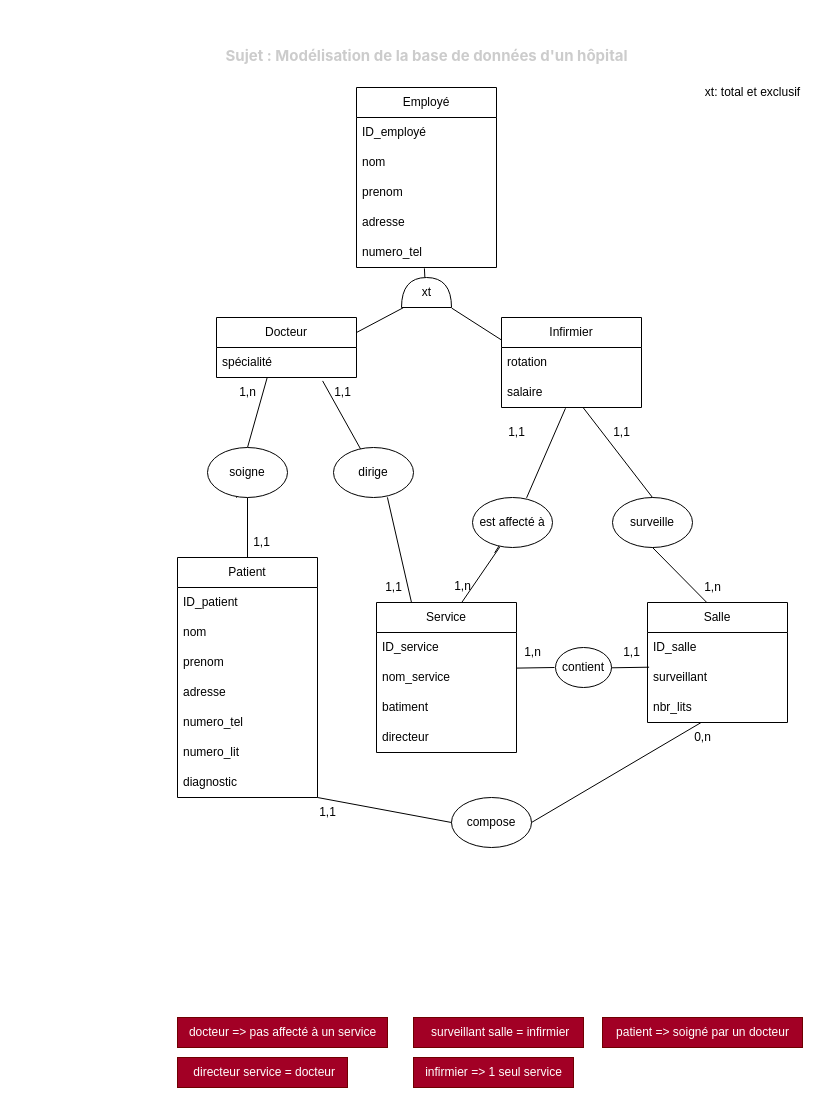
Earlier version of the draw.io diagram Formation_CDA/10_Modélisation_base_de_données/Exercices/TP02/tp2-mcd.drawio (JaceyStew6/CDA_M2i). Source tidied: cells renumbered, new cells numbered last; positions are measured from the earlier drawing's top-left corner, leaving out a move shared by most shapes. Both pictures are drawn from the tidied source at 100%, with x=0, y=0 at pixel (177, 17).
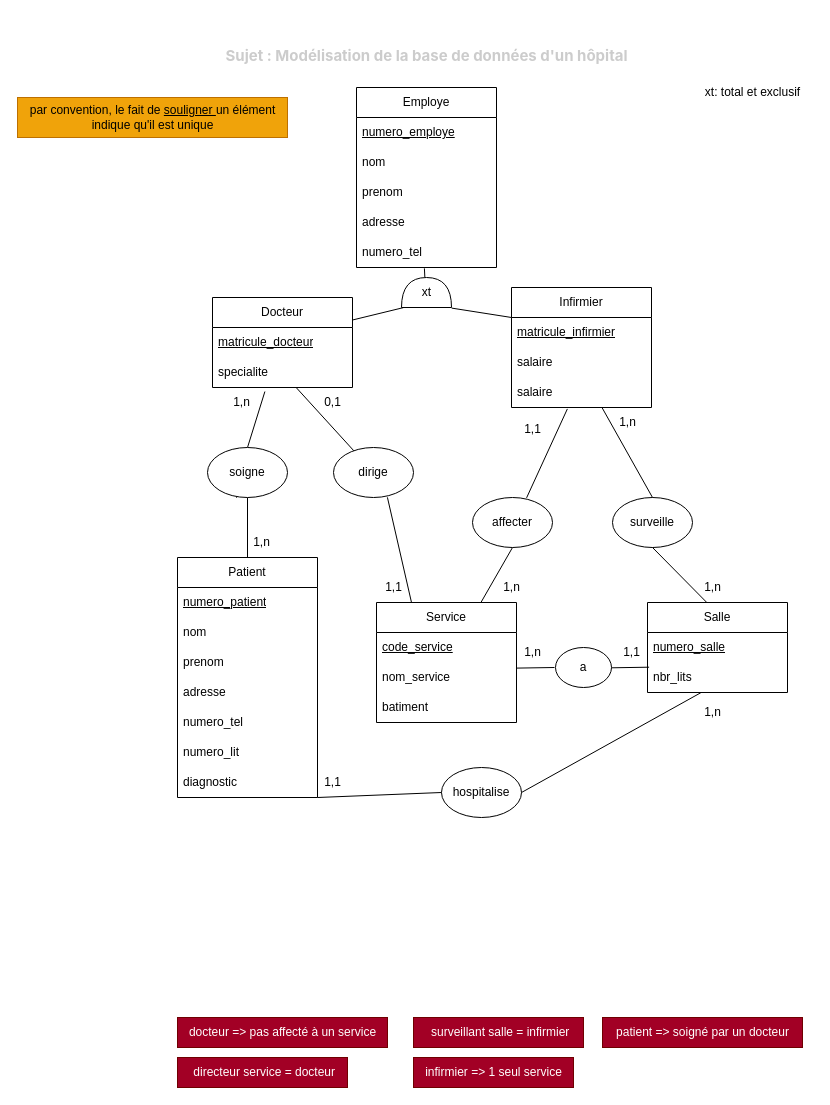
The same diagram, later.

The change refers to these unchanged cells:
```xml
<mxCell id="13" value="salaire" style="text;strokeColor=none;fillColor=none;align=left;verticalAlign=middle;spacingLeft=4;spacingRight=4;overflow=hidden;points=[[0,0.5],[1,0.5]];portConstraint=eastwest;whiteSpace=wrap;html=1;" parent="11" vertex="1">
  <mxGeometry y="60" width="140" height="30" as="geometry" />
</mxCell>
<mxCell id="18" value="Patient" style="swimlane;fontStyle=0;horizontal=1;startSize=30;whiteSpace=wrap;html=1;" parent="1" vertex="1">
  <mxGeometry y="540" width="140" height="240" as="geometry" />
</mxCell>
<mxCell id="36" value="dirige" style="ellipse;whiteSpace=wrap;html=1;" parent="1" vertex="1">
  <mxGeometry x="156" y="430" width="80" height="50" as="geometry" />
</mxCell>
<mxCell id="37" value="surveille" style="ellipse;whiteSpace=wrap;html=1;" parent="1" vertex="1">
  <mxGeometry x="435" y="480" width="80" height="50" as="geometry" />
</mxCell>
<mxCell id="71" value="soigne" style="ellipse;whiteSpace=wrap;html=1;" parent="1" vertex="1">
  <mxGeometry x="30" y="430" width="80" height="50" as="geometry" />
</mxCell>
```

Change to the diagram source:
```diff
@@
-    <mxCell id="3" value="Employé" style="swimlane;fontStyle=0;horizontal=1;startSize=30;whiteSpace=wrap;html=1;" parent="1" vertex="1">
+    <mxCell id="3" value="Employe" style="swimlane;fontStyle=0;horizontal=1;startSize=30;whiteSpace=wrap;html=1;" parent="1" vertex="1">
       <mxGeometry x="179" y="70" width="140" height="180" as="geometry" />
     </mxCell>
-    <mxCell id="4" value="ID_employé" style="text;strokeColor=none;fillColor=none;align=left;verticalAlign=middle;spacingLeft=4;spacingRight=4;overflow=hidden;whiteSpace=wrap;html=1;" parent="3" vertex="1">
+    <mxCell id="4" value="&lt;u&gt;numero_employe&lt;/u&gt;" style="text;strokeColor=none;fillColor=none;align=left;verticalAlign=middle;spacingLeft=4;spacingRight=4;overflow=hidden;whiteSpace=wrap;html=1;" parent="3" vertex="1">
       <mxGeometry y="30" width="140" height="30" as="geometry" />
     </mxCell>
@@
     <mxCell id="9" value="Docteur" style="swimlane;fontStyle=0;horizontal=1;startSize=30;whiteSpace=wrap;html=1;" parent="1" vertex="1">
-      <mxGeometry x="39" y="300" width="140" height="60" as="geometry" />
+      <mxGeometry x="35" y="280" width="140" height="90" as="geometry" />
     </mxCell>
-    <mxCell id="10" value="spécialité" style="text;strokeColor=none;fillColor=none;align=left;verticalAlign=middle;spacingLeft=4;spacingRight=4;overflow=hidden;points=[[0,0.5],[1,0.5]];portConstraint=eastwest;whiteSpace=wrap;html=1;" parent="9" vertex="1">
+    <mxCell id="10" value="&lt;u&gt;matricule_docteur&lt;/u&gt;" style="text;strokeColor=none;fillColor=none;align=left;verticalAlign=middle;spacingLeft=4;spacingRight=4;overflow=hidden;points=[[0,0.5],[1,0.5]];portConstraint=eastwest;whiteSpace=wrap;html=1;" parent="9" vertex="1">
       <mxGeometry y="30" width="140" height="30" as="geometry" />
     </mxCell>
+    <mxCell id="74" value="specialite" style="text;strokeColor=none;fillColor=none;align=left;verticalAlign=middle;spacingLeft=4;spacingRight=4;overflow=hidden;points=[[0,0.5],[1,0.5]];portConstraint=eastwest;whiteSpace=wrap;html=1;" parent="9" vertex="1">
+      <mxGeometry y="60" width="140" height="30" as="geometry" />
+    </mxCell>
     <mxCell id="11" value="Infirmier" style="swimlane;fontStyle=0;horizontal=1;startSize=30;whiteSpace=wrap;html=1;" parent="1" vertex="1">
-      <mxGeometry x="324" y="300" width="140" height="90" as="geometry" />
+      <mxGeometry x="334" y="270" width="140" height="120" as="geometry" />
     </mxCell>
-    <mxCell id="12" value="rotation" style="text;strokeColor=none;fillColor=none;align=left;verticalAlign=middle;spacingLeft=4;spacingRight=4;overflow=hidden;whiteSpace=wrap;html=1;" parent="11" vertex="1">
+    <mxCell id="12" value="&lt;u&gt;matricule_infirmier&lt;/u&gt;" style="text;strokeColor=none;fillColor=none;align=left;verticalAlign=middle;spacingLeft=4;spacingRight=4;overflow=hidden;whiteSpace=wrap;html=1;" parent="11" vertex="1">
       <mxGeometry y="30" width="140" height="30" as="geometry" />
     </mxCell>
@@
+    <mxCell id="75" value="salaire" style="text;strokeColor=none;fillColor=none;align=left;verticalAlign=middle;spacingLeft=4;spacingRight=4;overflow=hidden;points=[[0,0.5],[1,0.5]];portConstraint=eastwest;whiteSpace=wrap;html=1;" parent="11" vertex="1">
+      <mxGeometry y="90" width="140" height="30" as="geometry" />
+    </mxCell>
     <mxCell id="14" value="Salle" style="swimlane;fontStyle=0;horizontal=1;startSize=30;whiteSpace=wrap;html=1;" parent="1" vertex="1">
-      <mxGeometry x="470" y="585" width="140" height="120" as="geometry" />
+      <mxGeometry x="470" y="585" width="140" height="90" as="geometry" />
     </mxCell>
-    <mxCell id="15" value="ID_salle" style="text;strokeColor=none;fillColor=none;align=left;verticalAlign=middle;spacingLeft=4;spacingRight=4;overflow=hidden;whiteSpace=wrap;html=1;" parent="14" vertex="1">
+    <mxCell id="15" value="&lt;u&gt;numero_salle&lt;/u&gt;" style="text;strokeColor=none;fillColor=none;align=left;verticalAlign=middle;spacingLeft=4;spacingRight=4;overflow=hidden;whiteSpace=wrap;html=1;" parent="14" vertex="1">
       <mxGeometry y="30" width="140" height="30" as="geometry" />
     </mxCell>
-    <mxCell id="16" value="surveillant" style="text;strokeColor=none;fillColor=none;align=left;verticalAlign=middle;spacingLeft=4;spacingRight=4;overflow=hidden;whiteSpace=wrap;html=1;" parent="14" vertex="1">
-      <mxGeometry y="60" width="140" height="30" as="geometry" />
-    </mxCell>
     <mxCell id="17" value="nbr_lits" style="text;strokeColor=none;fillColor=none;align=left;verticalAlign=middle;spacingLeft=4;spacingRight=4;overflow=hidden;points=[[0,0.5],[1,0.5]];portConstraint=eastwest;whiteSpace=wrap;html=1;" parent="14" vertex="1">
-      <mxGeometry y="90" width="140" height="30" as="geometry" />
+      <mxGeometry y="60" width="140" height="30" as="geometry" />
     </mxCell>
@@
-    <mxCell id="19" value="ID_patient" style="text;strokeColor=none;fillColor=none;align=left;verticalAlign=middle;spacingLeft=4;spacingRight=4;overflow=hidden;whiteSpace=wrap;html=1;" parent="18" vertex="1">
+    <mxCell id="19" value="&lt;u&gt;numero_patient&lt;/u&gt;" style="text;strokeColor=none;fillColor=none;align=left;verticalAlign=middle;spacingLeft=4;spacingRight=4;overflow=hidden;whiteSpace=wrap;html=1;" parent="18" vertex="1">
       <mxGeometry y="30" width="140" height="30" as="geometry" />
     </mxCell>
@@
     <mxCell id="26" value="Service" style="swimlane;fontStyle=0;horizontal=1;startSize=30;whiteSpace=wrap;html=1;" parent="1" vertex="1">
-      <mxGeometry x="199" y="585" width="140" height="150" as="geometry" />
+      <mxGeometry x="199" y="585" width="140" height="120" as="geometry" />
     </mxCell>
-    <mxCell id="27" value="ID_service" style="text;strokeColor=none;fillColor=none;align=left;verticalAlign=middle;spacingLeft=4;spacingRight=4;overflow=hidden;whiteSpace=wrap;html=1;" parent="26" vertex="1">
+    <mxCell id="27" value="&lt;u&gt;code_service&lt;/u&gt;" style="text;strokeColor=none;fillColor=none;align=left;verticalAlign=middle;spacingLeft=4;spacingRight=4;overflow=hidden;whiteSpace=wrap;html=1;" parent="26" vertex="1">
       <mxGeometry y="30" width="140" height="30" as="geometry" />
     </mxCell>
@@
-    <mxCell id="30" value="directeur" style="text;strokeColor=none;fillColor=none;align=left;verticalAlign=middle;spacingLeft=4;spacingRight=4;overflow=hidden;whiteSpace=wrap;html=1;" parent="26" vertex="1">
-      <mxGeometry y="120" width="140" height="30" as="geometry" />
-    </mxCell>
@@
-    <mxCell id="39" style="endArrow=none;html=1;entryX=0.362;entryY=1.004;entryDx=0;entryDy=0;exitX=0.5;exitY=0;exitDx=0;exitDy=0;entryPerimeter=0;startArrow=none;" parent="1" edge="1" source="71" target="10">
+    <mxCell id="39" style="endArrow=none;html=1;exitX=0.5;exitY=0;exitDx=0;exitDy=0;startArrow=none;entryX=1.085;entryY=0.134;entryDx=0;entryDy=0;entryPerimeter=0;" parent="1" edge="1" source="71" target="46">
       <mxGeometry relative="1" as="geometry" />
     </mxCell>
-    <mxCell id="40" style="endArrow=none;html=1;entryX=0.758;entryY=1.114;entryDx=0;entryDy=0;entryPerimeter=0;" parent="1" edge="1" source="36" target="10">
+    <mxCell id="40" style="endArrow=none;html=1;" parent="1" edge="1" source="36" target="74">
       <mxGeometry relative="1" as="geometry" />
     </mxCell>
@@
-    <mxCell id="42" style="endArrow=none;html=1;entryX=0.34;entryY=0.993;entryDx=0;entryDy=0;exitX=0.48;exitY=1.035;exitDx=0;exitDy=0;exitPerimeter=0;entryPerimeter=0;" parent="1" edge="1" source="51" target="73">
+    <mxCell id="42" style="endArrow=none;html=1;entryX=0.5;entryY=1;entryDx=0;entryDy=0;" parent="1" edge="1" source="26" target="73">
       <mxGeometry relative="1" as="geometry" />
     </mxCell>
-    <mxCell id="43" style="endArrow=none;html=1;entryX=0.457;entryY=1.027;entryDx=0;entryDy=0;exitX=0.676;exitY=0.007;exitDx=0;exitDy=0;exitPerimeter=0;entryPerimeter=0;startArrow=none;" parent="1" edge="1" source="73" target="13">
+    <mxCell id="43" style="endArrow=none;html=1;entryX=0.399;entryY=1.047;entryDx=0;entryDy=0;exitX=0.676;exitY=0.007;exitDx=0;exitDy=0;exitPerimeter=0;entryPerimeter=0;startArrow=none;" parent="1" edge="1" source="73" target="75">
       <mxGeometry relative="1" as="geometry" />
     </mxCell>
-    <mxCell id="44" style="endArrow=none;html=1;exitX=0.5;exitY=0;exitDx=0;exitDy=0;" parent="1" edge="1" source="37" target="13">
+    <mxCell id="44" style="endArrow=none;html=1;exitX=0.5;exitY=0;exitDx=0;exitDy=0;entryX=0.647;entryY=1.007;entryDx=0;entryDy=0;entryPerimeter=0;" parent="1" edge="1" source="37" target="75">
       <mxGeometry relative="1" as="geometry" />
     </mxCell>
@@
     <mxCell id="46" value="1,n" style="text;html=1;align=center;verticalAlign=middle;points=[];strokeColor=none;fillColor=none;" parent="1" vertex="1">
-      <mxGeometry x="50" y="360" width="40" height="30" as="geometry" />
+      <mxGeometry x="44" y="370" width="40" height="30" as="geometry" />
     </mxCell>
-    <mxCell id="47" value="1,1" style="text;html=1;align=center;verticalAlign=middle;strokeColor=none;fillColor=none;" parent="1" vertex="1">
+    <mxCell id="47" value="1,n" style="text;html=1;align=center;verticalAlign=middle;strokeColor=none;fillColor=none;" parent="1" vertex="1">
       <mxGeometry x="64" y="510" width="40" height="30" as="geometry" />
     </mxCell>
-    <mxCell id="48" value="1,1" style="text;html=1;align=center;verticalAlign=middle;strokeColor=none;fillColor=none;" parent="1" vertex="1">
-      <mxGeometry x="145" y="360" width="40" height="30" as="geometry" />
+    <mxCell id="48" value="0,1" style="text;html=1;align=center;verticalAlign=middle;strokeColor=none;fillColor=none;" parent="1" vertex="1">
+      <mxGeometry x="135" y="370" width="40" height="30" as="geometry" />
     </mxCell>
@@
     <mxCell id="50" value="1,1" style="text;html=1;align=center;verticalAlign=middle;strokeColor=none;fillColor=none;" parent="1" vertex="1">
-      <mxGeometry x="319" y="400" width="40" height="30" as="geometry" />
+      <mxGeometry x="335" y="397" width="40" height="30" as="geometry" />
     </mxCell>
     <mxCell id="51" value="1,n" style="text;html=1;align=center;verticalAlign=middle;points=[];strokeColor=none;fillColor=none;" parent="1" vertex="1">
-      <mxGeometry x="265" y="554" width="40" height="30" as="geometry" />
+      <mxGeometry x="314" y="555" width="40" height="30" as="geometry" />
     </mxCell>
-    <mxCell id="52" value="1,1" style="text;html=1;align=center;verticalAlign=middle;strokeColor=none;fillColor=none;" parent="1" vertex="1">
-      <mxGeometry x="424" y="400" width="40" height="30" as="geometry" />
+    <mxCell id="52" value="1,n" style="text;html=1;align=center;verticalAlign=middle;strokeColor=none;fillColor=none;" parent="1" vertex="1">
+      <mxGeometry x="430" y="390" width="40" height="30" as="geometry" />
     </mxCell>
-    <mxCell id="53" value="compose" style="ellipse;whiteSpace=wrap;html=1;" parent="1" vertex="1">
-      <mxGeometry x="274" y="780" width="80" height="50" as="geometry" />
+    <mxCell id="53" value="hospitalise" style="ellipse;whiteSpace=wrap;html=1;" parent="1" vertex="1">
+      <mxGeometry x="264" y="750" width="80" height="50" as="geometry" />
     </mxCell>
@@
-    <mxCell id="55" style="endArrow=none;html=1;entryX=0.5;entryY=1;entryDx=0;entryDy=0;exitX=0.381;exitY=1.007;exitDx=0;exitDy=0;exitPerimeter=0;" parent="1" edge="1" source="17">
-      <mxGeometry relative="1" as="geometry">
-        <mxPoint x="354" y="805" as="targetPoint" />
-      </mxGeometry>
+    <mxCell id="55" style="endArrow=none;html=1;entryX=1;entryY=0.5;entryDx=0;entryDy=0;exitX=0.381;exitY=1.007;exitDx=0;exitDy=0;exitPerimeter=0;" parent="1" edge="1" source="17" target="53">
+      <mxGeometry relative="1" as="geometry" />
     </mxCell>
-    <mxCell id="56" value="contient" style="ellipse;whiteSpace=wrap;html=1;" parent="1" vertex="1">
+    <mxCell id="56" value="a" style="ellipse;whiteSpace=wrap;html=1;" parent="1" vertex="1">
       <mxGeometry x="378" y="630" width="56" height="40" as="geometry" />
     </mxCell>
-    <mxCell id="57" value="1,1" style="text;html=1;align=center;verticalAlign=middle;strokeColor=none;fillColor=none;" parent="1" vertex="1">
-      <mxGeometry x="130" y="780" width="40" height="30" as="geometry" />
+    <mxCell id="57" value="1,n" style="text;html=1;align=center;verticalAlign=middle;strokeColor=none;fillColor=none;" parent="1" vertex="1">
+      <mxGeometry x="515" y="680" width="40" height="30" as="geometry" />
     </mxCell>
@@
-    <mxCell id="60" value="0,n" style="text;html=1;align=center;verticalAlign=middle;strokeColor=none;fillColor=none;" parent="1" vertex="1">
-      <mxGeometry x="505" y="705" width="40" height="30" as="geometry" />
+    <mxCell id="60" value="1,1" style="text;html=1;align=center;verticalAlign=middle;strokeColor=none;fillColor=none;" parent="1" vertex="1">
+      <mxGeometry x="135" y="750" width="40" height="30" as="geometry" />
     </mxCell>
@@
-    <mxCell id="72" style="endArrow=none;html=1;entryX=0.277;entryY=1.107;entryDx=0;entryDy=0;exitX=0.676;exitY=0.007;exitDx=0;exitDy=0;exitPerimeter=0;entryPerimeter=0;" parent="1" edge="1" target="73">
-      <mxGeometry relative="1" as="geometry">
-        <mxPoint x="339.6" y="500" as="sourcePoint" />
-      </mxGeometry>
-    </mxCell>
-    <mxCell id="73" value="est affecté à" style="ellipse;whiteSpace=wrap;html=1;" parent="1" vertex="1">
+    <mxCell id="73" value="affecter" style="ellipse;whiteSpace=wrap;html=1;" parent="1" vertex="1">
       <mxGeometry x="295" y="480" width="80" height="50" as="geometry" />
     </mxCell>
+    <mxCell id="76" value="par convention, le fait de &lt;u&gt;souligner &lt;/u&gt;un élément &lt;br&gt;indique qu'il est unique" style="text;html=1;align=center;verticalAlign=middle;strokeColor=#BD7000;fillColor=#f0a30a;fontColor=#000000;" parent="1" vertex="1">
+      <mxGeometry x="-160" y="80" width="270" height="40" as="geometry" />
+    </mxCell>
```
